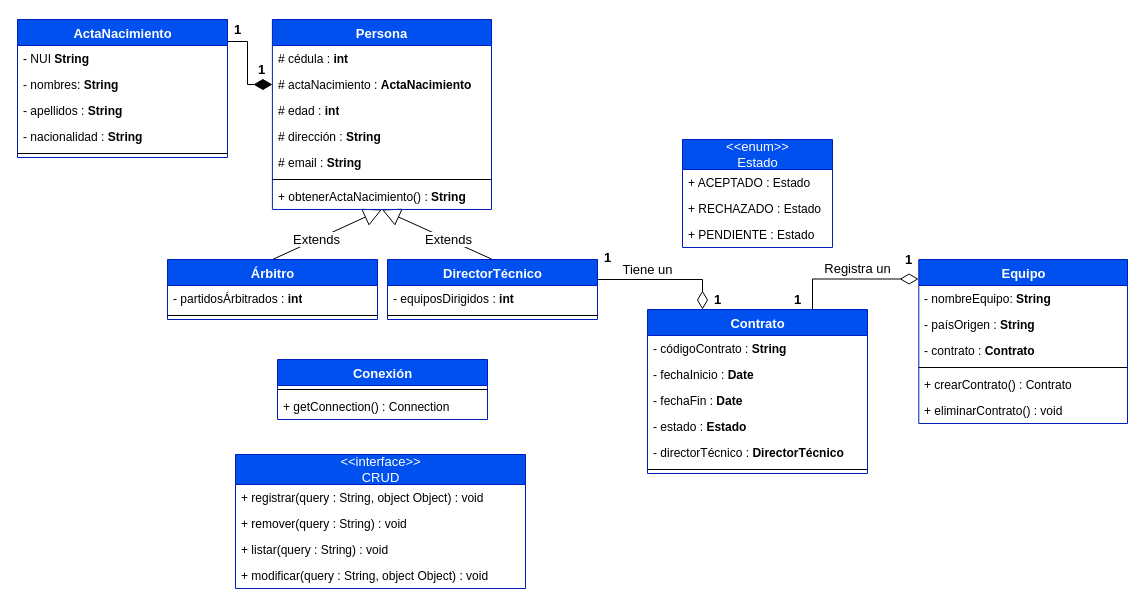
Rystron2007/Construccion keeps this draw.io diagram as Diagrama de Clases/Diagramas.drawio. Above is the earlier version. Source tidied: cells renumbered, new cells numbered last; positions are measured from the earlier drawing's top-left corner, leaving out a move shared by most shapes. Both pictures are drawn from the tidied source at 100%, with x=0, y=0 at pixel (17, 19).
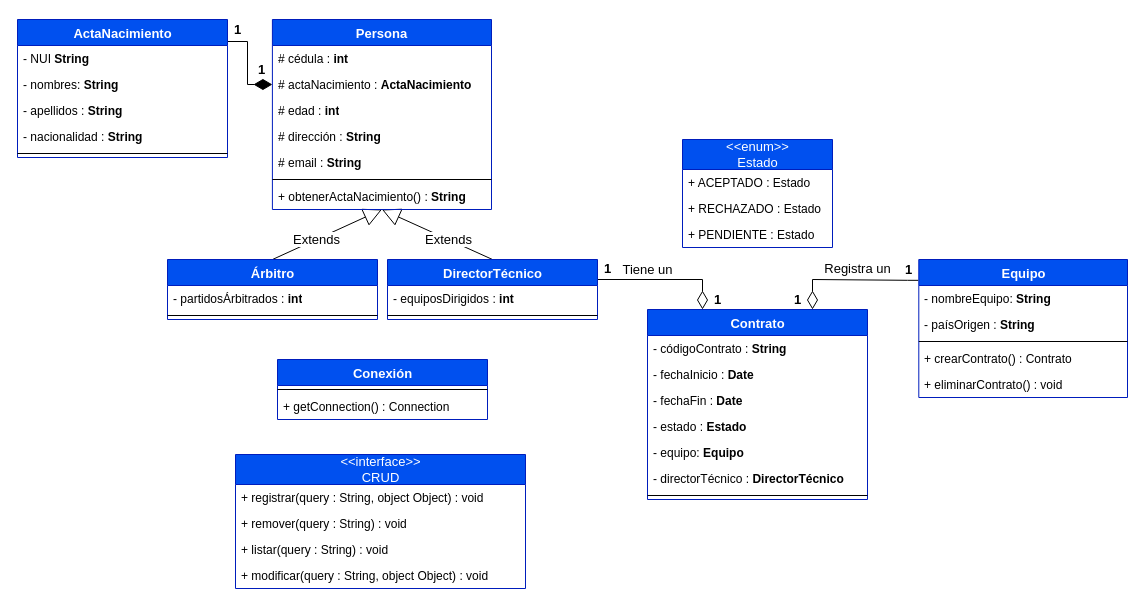
After the change.

Unchanged cells that the change refers to:
```xml
<mxCell id="23" style="group;" parent="1" vertex="1">
  <mxGeometry x="870" y="240" width="240" height="112" as="geometry" />
</mxCell>
```

Diff of the diagram source:
```diff
@@
     <mxCell id="24" value="Equipo" style="swimlane;fontStyle=1;align=center;verticalAlign=top;horizontal=1;startSize=26;fontSize=13;fillColor=#0050ef;strokeColor=#001DBC;fontColor=#ffffff;html=1;" parent="23" vertex="1">
-      <mxGeometry x="31.3" width="208.7" height="164" as="geometry" />
+      <mxGeometry x="31.3" width="208.7" height="138" as="geometry" />
     </mxCell>
@@
-    <mxCell id="27" value="- contrato :&amp;nbsp;&lt;b&gt;Contrato&lt;/b&gt;" style="text;strokeColor=none;fillColor=none;align=left;verticalAlign=top;spacingLeft=4;spacingRight=4;overflow=hidden;html=1;" parent="24" vertex="1">
-      <mxGeometry y="78" width="208.7" height="26" as="geometry" />
-    </mxCell>
     <mxCell id="28" style="line;strokeWidth=1;fillColor=none;align=left;verticalAlign=middle;spacingTop=-1;spacingLeft=3;spacingRight=3;labelPosition=right;" parent="24" vertex="1">
-      <mxGeometry y="104" width="208.7" height="8" as="geometry" />
+      <mxGeometry y="78" width="208.7" height="8" as="geometry" />
     </mxCell>
     <mxCell id="29" value="+ crearContrato() : Contrato" style="text;strokeColor=none;fillColor=none;align=left;verticalAlign=top;spacingLeft=4;spacingRight=4;overflow=hidden;html=1;" parent="24" vertex="1">
-      <mxGeometry y="112" width="208.7" height="26" as="geometry" />
+      <mxGeometry y="86" width="208.7" height="26" as="geometry" />
     </mxCell>
     <mxCell id="30" value="+ eliminarContrato() : void" style="text;strokeColor=none;fillColor=none;align=left;verticalAlign=top;spacingLeft=4;spacingRight=4;overflow=hidden;html=1;" parent="24" vertex="1">
-      <mxGeometry y="138" width="208.7" height="26" as="geometry" />
+      <mxGeometry y="112" width="208.7" height="26" as="geometry" />
     </mxCell>
     <mxCell id="31" value="1" style="text;html=1;align=center;verticalAlign=middle;fontSize=13;fontStyle=1;" parent="23" vertex="1">
-      <mxGeometry x="11.3" y="-10" width="20" height="20" as="geometry" />
+      <mxGeometry x="11.3" width="20" height="20" as="geometry" />
     </mxCell>
@@
     <mxCell id="43" value="Contrato" style="swimlane;fontStyle=1;align=center;verticalAlign=top;horizontal=1;startSize=26;fontSize=13;fillColor=#0050ef;strokeColor=#001DBC;fontColor=#ffffff;html=1;" parent="1" vertex="1">
-      <mxGeometry x="630" y="290" width="220" height="164" as="geometry" />
+      <mxGeometry x="630" y="290" width="220" height="190" as="geometry" />
     </mxCell>
@@
+    <mxCell id="65" value="- equipo: &lt;b&gt;Equipo&lt;/b&gt;" style="text;strokeColor=none;fillColor=none;align=left;verticalAlign=top;spacingLeft=4;spacingRight=4;overflow=hidden;html=1;" parent="43" vertex="1">
+      <mxGeometry y="130" width="220" height="26" as="geometry" />
+    </mxCell>
     <mxCell id="48" value="- directorTécnico : &lt;b&gt;DirectorTécnico&lt;/b&gt;" style="text;strokeColor=none;fillColor=none;align=left;verticalAlign=top;spacingLeft=4;spacingRight=4;overflow=hidden;html=1;" parent="43" vertex="1">
-      <mxGeometry y="130" width="220" height="26" as="geometry" />
+      <mxGeometry y="156" width="220" height="26" as="geometry" />
     </mxCell>
     <mxCell id="49" style="line;strokeWidth=1;fillColor=none;align=left;verticalAlign=middle;spacingTop=-1;spacingLeft=3;spacingRight=3;labelPosition=right;" parent="43" vertex="1">
-      <mxGeometry y="156" width="220" height="8" as="geometry" />
+      <mxGeometry y="182" width="220" height="8" as="geometry" />
     </mxCell>
@@
     <mxCell id="51" value="1" style="text;html=1;align=center;verticalAlign=middle;fontSize=13;fontStyle=1;" parent="1" vertex="1">
-      <mxGeometry x="580" y="228" width="20" height="20" as="geometry" />
+      <mxGeometry x="580" y="239" width="20" height="20" as="geometry" />
     </mxCell>
@@
-    <mxCell id="55" style="edgeStyle=orthogonalEdgeStyle;rounded=0;jettySize=auto;html=1;exitX=-0.001;exitY=0.119;exitDx=0;exitDy=0;startSize=16;endArrow=none;endFill=0;endSize=16;fontSize=13;startArrow=diamondThin;startFill=0;entryX=0.75;entryY=0;entryDx=0;entryDy=0;exitPerimeter=0;" parent="1" edge="1" source="24" target="43">
+    <mxCell id="55" style="edgeStyle=orthogonalEdgeStyle;rounded=0;jettySize=auto;html=1;exitX=-0.003;exitY=0.151;exitDx=0;exitDy=0;startSize=16;endArrow=diamondThin;endFill=0;endSize=16;fontSize=13;startArrow=none;startFill=0;entryX=0.75;entryY=0;entryDx=0;entryDy=0;exitPerimeter=0;" parent="1" edge="1" source="24" target="43">
       <mxGeometry relative="1" as="geometry">
         <Array as="points">
+          <mxPoint x="890" y="261" />
           <mxPoint x="795" y="260" />
         </Array>
       </mxGeometry>
     </mxCell>
```
